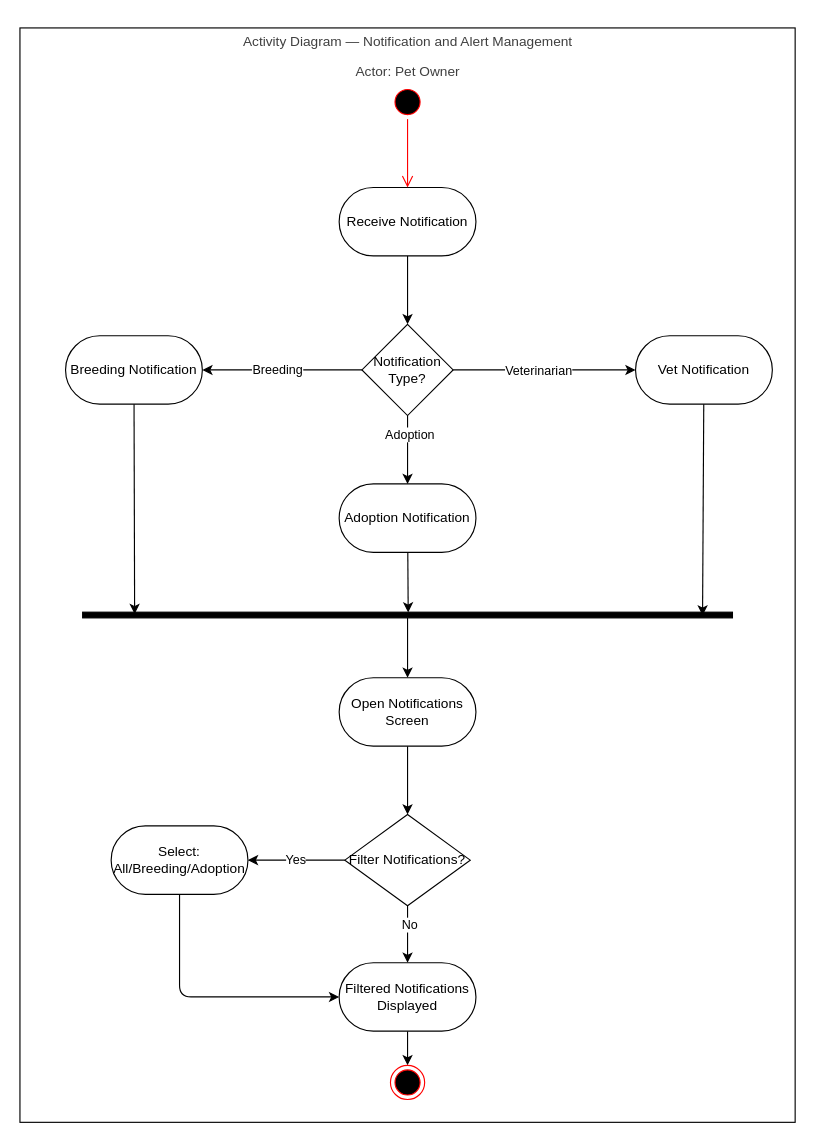
Before: ActivityDiagram_Figure10_USALLA.drawio in Chels013/Breedr-Diagrams, a draw.io diagram. Source tidied: cells renumbered, new cells numbered last; positions are measured from the earlier drawing's top-left corner, leaving out a move shared by most shapes. Both pictures are drawn from the tidied source at 114%, with x=0, y=0 at pixel (19, 27).
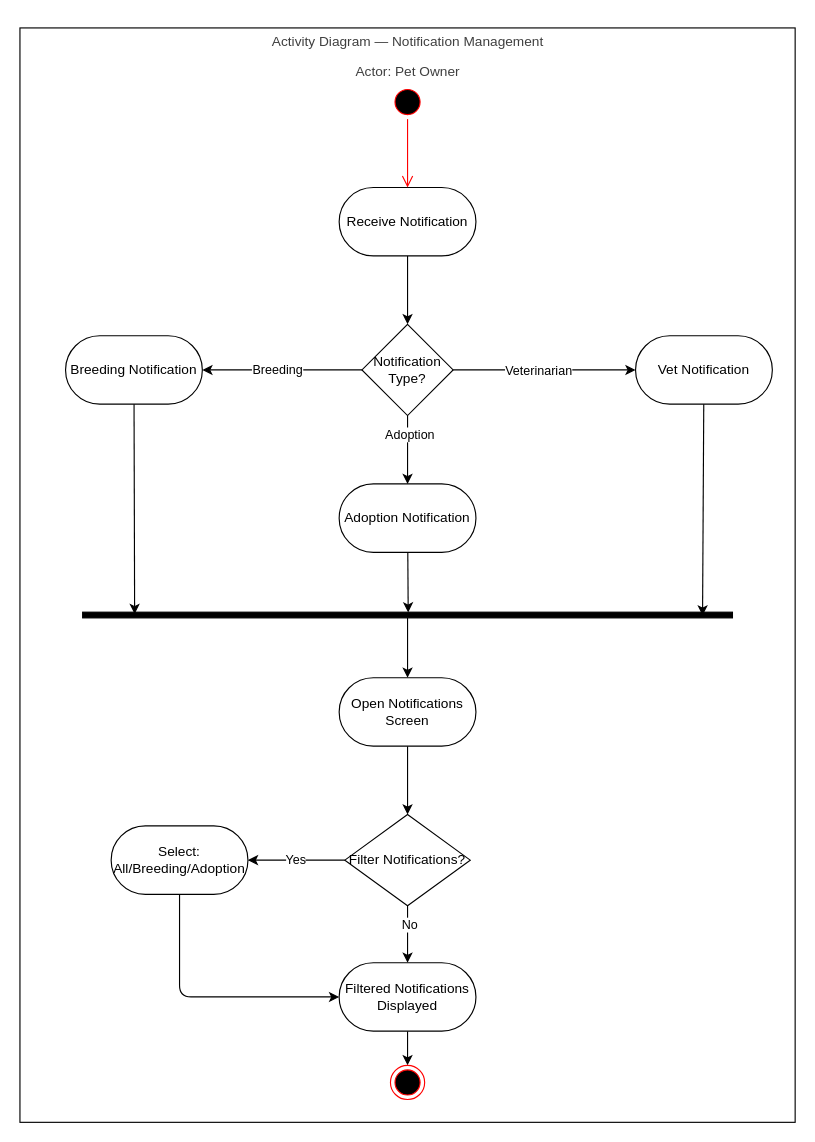
After the change.

Commit message (it also covers changes not shown here):
Rename Activity Diagrams

What changed in the source:
```diff
@@
-    <mxCell id="3" value="&lt;p&gt;&lt;span style=&quot;color: rgb(63, 63, 63); background-color: transparent;&quot;&gt;Activity Diagram — Notification and Alert Management&lt;/span&gt;&lt;/p&gt;&lt;p&gt;&lt;span style=&quot;color: rgb(63, 63, 63); background-color: transparent;&quot;&gt;Actor: Pet Owner&lt;/span&gt;&lt;/p&gt;" style="text;html=1;align=center;verticalAlign=middle;whiteSpace=wrap;rounded=0;" parent="1" vertex="1">
+    <mxCell id="3" value="&lt;p&gt;&lt;span style=&quot;color: rgb(63, 63, 63); background-color: transparent;&quot;&gt;Activity Diagram — Notification Management&lt;/span&gt;&lt;/p&gt;&lt;p&gt;&lt;span style=&quot;color: rgb(63, 63, 63); background-color: transparent;&quot;&gt;Actor: Pet Owner&lt;/span&gt;&lt;/p&gt;" style="text;html=1;align=center;verticalAlign=middle;whiteSpace=wrap;rounded=0;" parent="1" vertex="1">
       <mxGeometry x="137.5" y="10" width="405" height="30" as="geometry" />
     </mxCell>
```
